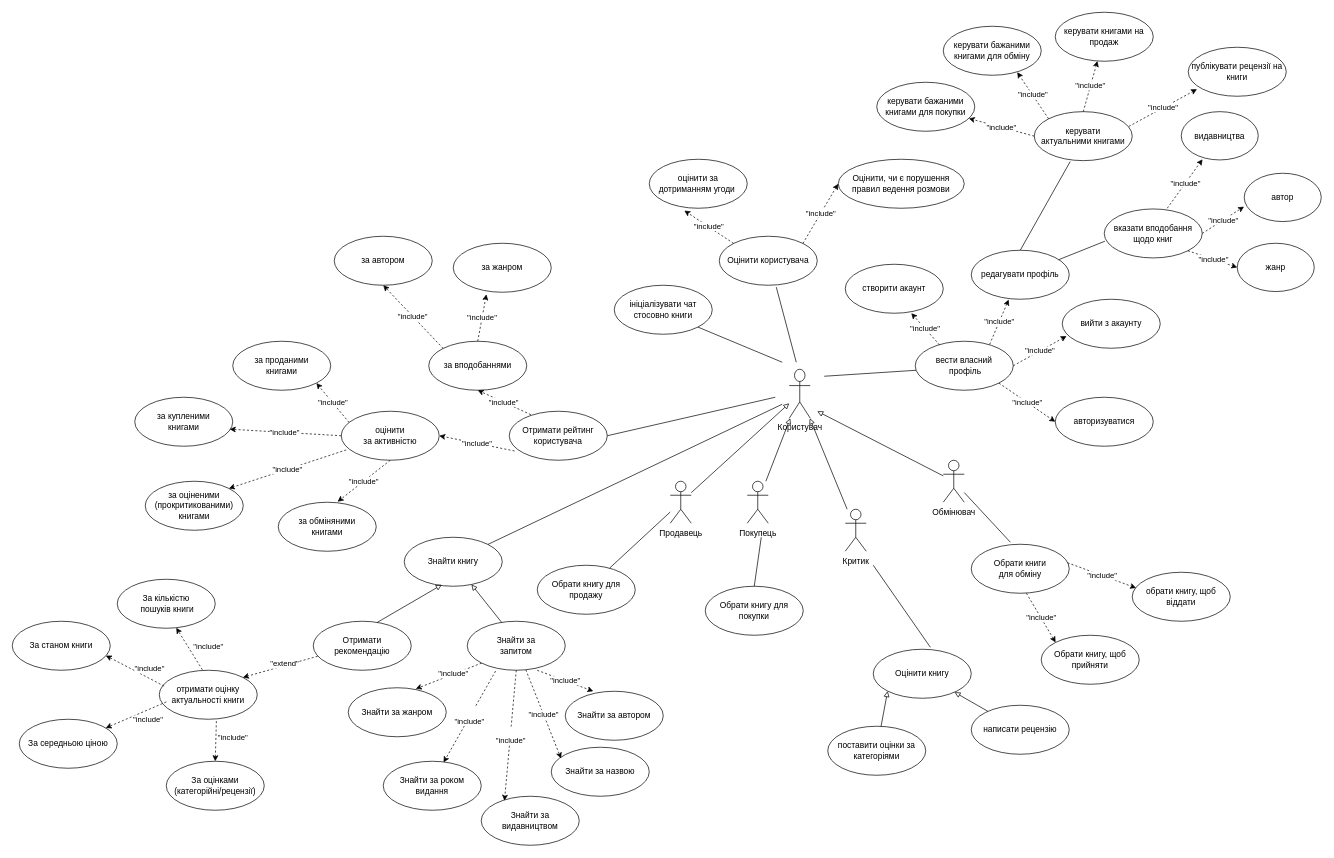
Earlier version of the draw.io diagram business_analytics/use_case.drawio (AnnaBozhenko/BookResources). Source tidied: cells renumbered, new cells numbered last; positions are measured from the earlier drawing's top-left corner, leaving out a move shared by most shapes. Both pictures are drawn from the tidied source at 70%, with x=0, y=0 at pixel (12, 12).
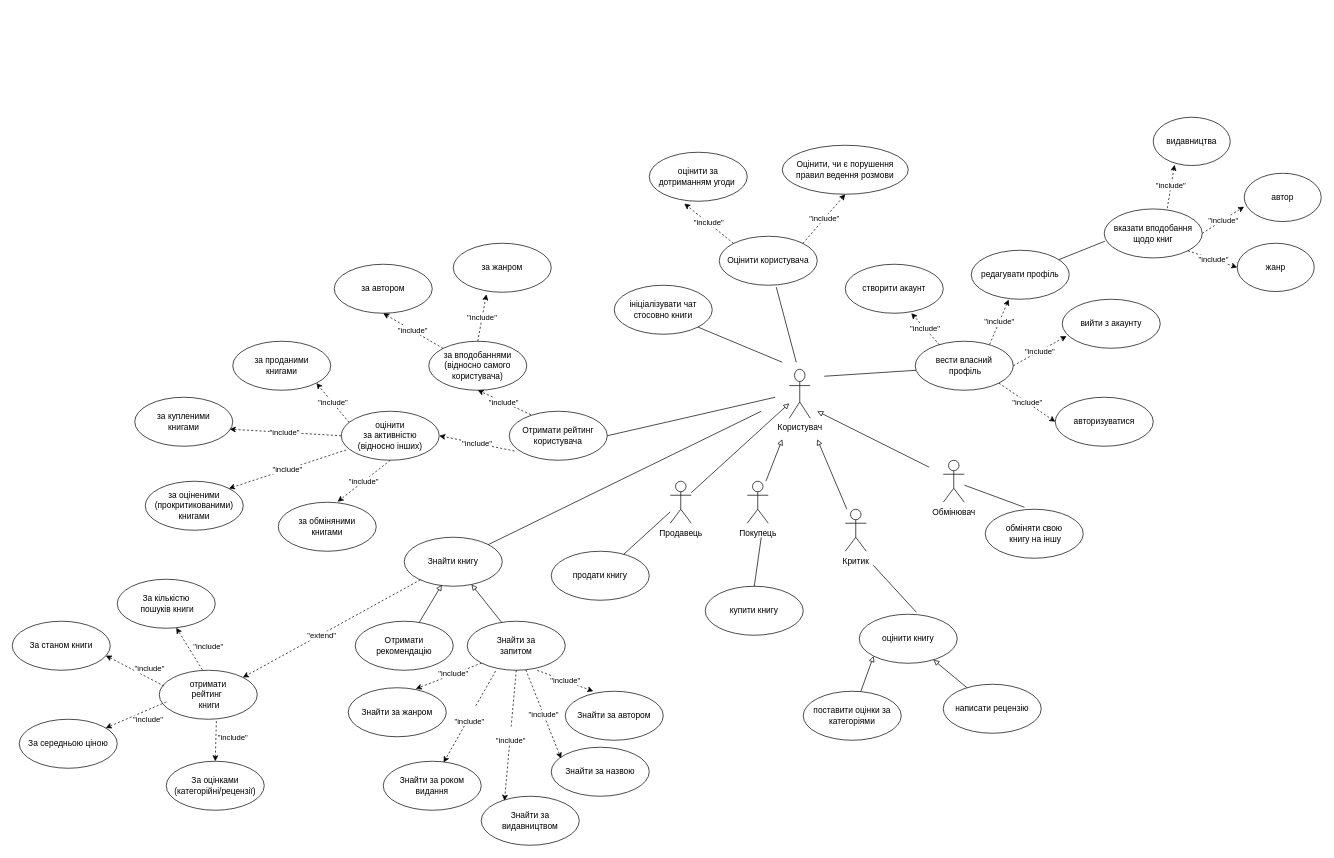
The same page after the edit.

Commit message:
Removed managing functionality for books in the user's profile at use_case.drawio

The change refers to these unchanged cells:
```xml
<mxCell id="2" value="Користувач" style="shape=umlActor;verticalLabelPosition=bottom;verticalAlign=top;html=1;" parent="1" vertex="1">
  <mxGeometry x="1110" y="510" width="30" height="70" as="geometry" />
</mxCell>
<mxCell id="6" value="Покупець" style="shape=umlActor;verticalLabelPosition=bottom;verticalAlign=top;html=1;" parent="1" vertex="1">
  <mxGeometry x="1050" y="670" width="30" height="60" as="geometry" />
</mxCell>
<mxCell id="8" value="Критик" style="shape=umlActor;verticalLabelPosition=bottom;verticalAlign=top;html=1;" parent="1" vertex="1">
  <mxGeometry x="1190" y="710" width="30" height="60" as="geometry" />
</mxCell>
<mxCell id="9" value="Обмінювач" style="shape=umlActor;verticalLabelPosition=bottom;verticalAlign=top;html=1;" parent="1" vertex="1">
  <mxGeometry x="1330" y="640" width="30" height="60" as="geometry" />
</mxCell>
<mxCell id="13" value="редагувати профіль" style="ellipse;whiteSpace=wrap;html=1;" parent="1" vertex="1">
  <mxGeometry x="1370" y="340" width="140" height="70" as="geometry" />
</mxCell>
<mxCell id="32" value="Знайти книгу" style="ellipse;whiteSpace=wrap;html=1;" parent="1" vertex="1">
  <mxGeometry x="560" y="750" width="140" height="70" as="geometry" />
</mxCell>
<mxCell id="74" value="Оцінити користувача" style="ellipse;whiteSpace=wrap;html=1;" parent="1" vertex="1">
  <mxGeometry x="1010" y="320" width="140" height="70" as="geometry" />
</mxCell>
```

Diff of the diagram source:
```diff
@@
-    <mxCell id="5" style="rounded=0;jettySize=auto;html=1;endArrow=block;endFill=0;" parent="1" edge="1" source="6" target="2">
-      <mxGeometry relative="1" as="geometry" />
+    <mxCell id="5" style="rounded=0;jettySize=auto;html=1;endArrow=block;endFill=0;" parent="1" edge="1" source="6">
+      <mxGeometry relative="1" as="geometry">
+        <mxPoint x="1100" y="610" as="targetPoint" />
+      </mxGeometry>
     </mxCell>
@@
-    <mxCell id="7" style="rounded=0;jettySize=auto;html=1;endArrow=block;endFill=0;" parent="1" edge="1" source="8" target="2">
-      <mxGeometry relative="1" as="geometry" />
+    <mxCell id="7" style="rounded=0;jettySize=auto;html=1;endArrow=block;endFill=0;" parent="1" edge="1" source="8">
+      <mxGeometry relative="1" as="geometry">
+        <mxPoint x="1150" y="610" as="targetPoint" />
+      </mxGeometry>
     </mxCell>
@@
-    <mxCell id="10" style="rounded=0;jettySize=auto;html=1;endArrow=block;endFill=0;" parent="1" edge="1" source="9">
+    <mxCell id="10" style="rounded=0;orthogonalLoop=1;jettySize=auto;html=1;endArrow=block;endFill=0;" parent="1" edge="1">
       <mxGeometry relative="1" as="geometry">
+        <mxPoint x="1310" y="650" as="sourcePoint" />
         <mxPoint x="1150" y="570" as="targetPoint" />
       </mxGeometry>
     </mxCell>
@@
-    <mxCell id="15" value="Обрати книгу для продажу" style="ellipse;whiteSpace=wrap;html=1;" parent="1" vertex="1">
-      <mxGeometry x="750" y="790" width="140" height="70" as="geometry" />
+    <mxCell id="15" value="продати книгу" style="ellipse;whiteSpace=wrap;html=1;" parent="1" vertex="1">
+      <mxGeometry x="770" y="770" width="140" height="70" as="geometry" />
     </mxCell>
-    <mxCell id="16" value="Обрати книгу для покупки" style="ellipse;whiteSpace=wrap;html=1;" parent="1" vertex="1">
+    <mxCell id="16" value="купити книгу" style="ellipse;whiteSpace=wrap;html=1;" parent="1" vertex="1">
       <mxGeometry x="990" y="820" width="140" height="70" as="geometry" />
     </mxCell>
-    <mxCell id="17" value="Оцінити книгу" style="ellipse;whiteSpace=wrap;html=1;" parent="1" vertex="1">
-      <mxGeometry x="1230" y="910" width="140" height="70" as="geometry" />
+    <mxCell id="17" value="оцінити книгу" style="ellipse;whiteSpace=wrap;html=1;" parent="1" vertex="1">
+      <mxGeometry x="1210" y="860" width="140" height="70" as="geometry" />
     </mxCell>
@@
-    <mxCell id="24" value="Обрати книги для&amp;nbsp;обміну" style="ellipse;whiteSpace=wrap;html=1;" parent="1" vertex="1">
-      <mxGeometry x="1370" y="760" width="140" height="70" as="geometry" />
+    <mxCell id="24" value="обміняти свою&lt;br&gt;&amp;nbsp;книгу на іншу" style="ellipse;whiteSpace=wrap;html=1;" parent="1" vertex="1">
+      <mxGeometry x="1390" y="710" width="140" height="70" as="geometry" />
     </mxCell>
@@
     <mxCell id="29" value="поставити оцінки за категоріями" style="ellipse;whiteSpace=wrap;html=1;" parent="1" vertex="1">
-      <mxGeometry x="1165" y="1020" width="140" height="70" as="geometry" />
+      <mxGeometry x="1130" y="970" width="140" height="70" as="geometry" />
     </mxCell>
@@
     <mxCell id="31" value="написати рецензію" style="ellipse;whiteSpace=wrap;html=1;" parent="1" vertex="1">
-      <mxGeometry x="1370" y="990" width="140" height="70" as="geometry" />
+      <mxGeometry x="1330" y="960" width="140" height="70" as="geometry" />
     </mxCell>
@@
     <mxCell id="38" value="Отримати &lt;br&gt;рекомендацію" style="ellipse;whiteSpace=wrap;html=1;" parent="1" vertex="1">
-      <mxGeometry x="430" y="870" width="140" height="70" as="geometry" />
+      <mxGeometry x="490" y="870" width="140" height="70" as="geometry" />
     </mxCell>
@@
-    <mxCell id="48" value="оцінити &lt;br&gt;за активністю" style="ellipse;whiteSpace=wrap;html=1;" parent="1" vertex="1">
+    <mxCell id="48" value="оцінити &lt;br&gt;за активністю&lt;br&gt;(відносно інших)" style="ellipse;whiteSpace=wrap;html=1;" parent="1" vertex="1">
       <mxGeometry x="470" y="570" width="140" height="70" as="geometry" />
     </mxCell>
-    <mxCell id="49" value="за вподобаннями" style="ellipse;whiteSpace=wrap;html=1;" parent="1" vertex="1">
+    <mxCell id="49" value="за вподобаннями&lt;br&gt;(відносно самого користувача)" style="ellipse;whiteSpace=wrap;html=1;" parent="1" vertex="1">
       <mxGeometry x="595" y="470" width="140" height="70" as="geometry" />
     </mxCell>
@@
     <mxCell id="53" value="за автором" style="ellipse;whiteSpace=wrap;html=1;" parent="1" vertex="1">
-      <mxGeometry x="460" y="320" width="140" height="70" as="geometry" />
+      <mxGeometry x="460" y="360" width="140" height="70" as="geometry" />
     </mxCell>
@@
-    <mxCell id="62" style="rounded=0;jettySize=auto;html=1;endArrow=none;endFill=0;entryX=1;entryY=0;entryDx=0;entryDy=0;" parent="1" edge="1" target="32">
-      <mxGeometry relative="1" as="geometry">
-        <mxPoint x="1100" y="560" as="sourcePoint" />
-      </mxGeometry>
-    </mxCell>
@@
-    <mxCell id="68" value="обрати книгу, щоб віддати" style="ellipse;whiteSpace=wrap;html=1;" parent="1" vertex="1">
-      <mxGeometry x="1600" y="800" width="140" height="70" as="geometry" />
-    </mxCell>
-    <mxCell id="69" value="Обрати книгу, щоб прийняти" style="ellipse;whiteSpace=wrap;html=1;" parent="1" vertex="1">
-      <mxGeometry x="1470" y="890" width="140" height="70" as="geometry" />
-    </mxCell>
-    <mxCell id="70" value="&quot;include&quot;" style="rounded=0;jettySize=auto;html=1;entryX=0;entryY=0;entryDx=0;entryDy=0;dashed=1;exitX=0.563;exitY=1;exitDx=0;exitDy=0;exitPerimeter=0;" parent="1" edge="1" source="24" target="69">
-      <mxGeometry x="0.01" relative="1" as="geometry" />
-    </mxCell>
-    <mxCell id="71" value="&quot;include&quot;" style="rounded=0;jettySize=auto;html=1;entryX=0.039;entryY=0.321;entryDx=0;entryDy=0;dashed=1;exitX=0.982;exitY=0.378;exitDx=0;exitDy=0;exitPerimeter=0;entryPerimeter=0;" parent="1" edge="1" source="24" target="68">
-      <mxGeometry x="0.01" relative="1" as="geometry" />
-    </mxCell>
     <mxCell id="72" value="оцінити за &lt;br&gt;дотриманням угоди&amp;nbsp;" style="ellipse;whiteSpace=wrap;html=1;" parent="1" vertex="1">
-      <mxGeometry x="910" y="210" width="140" height="70" as="geometry" />
+      <mxGeometry x="910" y="200" width="140" height="70" as="geometry" />
     </mxCell>
     <mxCell id="73" value="Оцінити, чи є порушення правил ведення розмови" style="ellipse;whiteSpace=wrap;html=1;" parent="1" vertex="1">
-      <mxGeometry x="1180" y="210" width="180" height="70" as="geometry" />
+      <mxGeometry x="1100" y="190" width="180" height="70" as="geometry" />
     </mxCell>
@@
-    <mxCell id="75" value="&quot;include&quot;" style="rounded=0;jettySize=auto;html=1;dashed=1;exitX=1;exitY=0;exitDx=0;exitDy=0;entryX=0;entryY=0.5;entryDx=0;entryDy=0;" parent="1" edge="1" source="74" target="73">
+    <mxCell id="75" value="&quot;include&quot;" style="rounded=0;jettySize=auto;html=1;dashed=1;exitX=1;exitY=0;exitDx=0;exitDy=0;entryX=0.5;entryY=1;entryDx=0;entryDy=0;" parent="1" edge="1" source="74" target="73">
       <mxGeometry x="0.01" relative="1" as="geometry" />
     </mxCell>
@@
-    <mxCell id="81" value="публікувати рецензії на книги" style="ellipse;whiteSpace=wrap;html=1;" parent="1" vertex="1">
-      <mxGeometry x="1680" y="50" width="140" height="70" as="geometry" />
-    </mxCell>
@@
     <mxCell id="85" value="видавництва" style="ellipse;whiteSpace=wrap;html=1;" parent="1" vertex="1">
-      <mxGeometry x="1670" y="142" width="110" height="69" as="geometry" />
+      <mxGeometry x="1630" y="150" width="110" height="69" as="geometry" />
     </mxCell>
@@
-    <mxCell id="89" value="керувати книгами на продаж" style="ellipse;whiteSpace=wrap;html=1;" parent="1" vertex="1">
-      <mxGeometry x="1490" width="140" height="70" as="geometry" />
-    </mxCell>
-    <mxCell id="90" value="керувати бажаними книгами для покупки" style="ellipse;whiteSpace=wrap;html=1;" parent="1" vertex="1">
-      <mxGeometry x="1235" y="100" width="140" height="70" as="geometry" />
-    </mxCell>
-    <mxCell id="91" value="керувати бажаними книгами для обміну" style="ellipse;whiteSpace=wrap;html=1;" parent="1" vertex="1">
-      <mxGeometry x="1330" y="20" width="140" height="70" as="geometry" />
-    </mxCell>
-    <mxCell id="92" value="керувати &lt;br&gt;актуальними книгами" style="ellipse;whiteSpace=wrap;html=1;" parent="1" vertex="1">
-      <mxGeometry x="1460" y="142" width="140" height="70" as="geometry" />
-    </mxCell>
-    <mxCell id="93" style="rounded=0;jettySize=auto;html=1;endArrow=none;endFill=0;exitX=0.5;exitY=0;exitDx=0;exitDy=0;entryX=0.367;entryY=1.018;entryDx=0;entryDy=0;entryPerimeter=0;" parent="1" edge="1" source="13" target="92">
-      <mxGeometry relative="1" as="geometry" />
-    </mxCell>
-    <mxCell id="94" value="&quot;include&quot;" style="rounded=0;jettySize=auto;html=1;entryX=0.089;entryY=0.857;entryDx=0;entryDy=0;dashed=1;entryPerimeter=0;exitX=0.965;exitY=0.302;exitDx=0;exitDy=0;exitPerimeter=0;" parent="1" edge="1" source="92" target="81">
-      <mxGeometry x="0.01" relative="1" as="geometry" />
-    </mxCell>
-    <mxCell id="95" value="&quot;include&quot;" style="rounded=0;jettySize=auto;html=1;dashed=1;exitX=0.5;exitY=0;exitDx=0;exitDy=0;" parent="1" edge="1" source="92" target="89">
-      <mxGeometry x="0.01" relative="1" as="geometry" />
-    </mxCell>
-    <mxCell id="96" value="&quot;include&quot;" style="rounded=0;jettySize=auto;html=1;entryX=0.755;entryY=0.938;entryDx=0;entryDy=0;dashed=1;entryPerimeter=0;exitX=0;exitY=0;exitDx=0;exitDy=0;" parent="1" edge="1" source="92" target="91">
-      <mxGeometry x="0.01" relative="1" as="geometry" />
-    </mxCell>
-    <mxCell id="97" value="&quot;include&quot;" style="rounded=0;jettySize=auto;html=1;dashed=1;exitX=0;exitY=0.5;exitDx=0;exitDy=0;" parent="1" edge="1" source="92" target="90">
-      <mxGeometry x="0.01" relative="1" as="geometry" />
-    </mxCell>
-    <mxCell id="98" value="отримати оцінку актуальності книги" style="ellipse;whiteSpace=wrap;html=1;" parent="1" vertex="1">
+    <mxCell id="98" value="отримати &lt;br&gt;рейтинг&amp;nbsp;&lt;br&gt;&amp;nbsp;книги" style="ellipse;whiteSpace=wrap;html=1;" parent="1" vertex="1">
       <mxGeometry x="210" y="940" width="140" height="70" as="geometry" />
     </mxCell>
-    <mxCell id="99" style="rounded=0;jettySize=auto;html=1;exitX=0.045;exitY=0.714;exitDx=0;exitDy=0;entryX=1;entryY=0;entryDx=0;entryDy=0;dashed=1;exitPerimeter=0;" parent="1" edge="1" source="38" target="98">
+    <mxCell id="99" style="rounded=0;jettySize=auto;html=1;entryX=1;entryY=0;entryDx=0;entryDy=0;dashed=1;" parent="1" edge="1" source="32" target="98">
       <mxGeometry relative="1" as="geometry" />
     </mxCell>
@@
+    <mxCell id="113" style="endArrow=none;html=1;rounded=0;" parent="1" edge="1" source="32">
+      <mxGeometry relative="1" as="geometry">
+        <mxPoint x="1070" y="570" as="targetPoint" />
+      </mxGeometry>
+    </mxCell>
```
